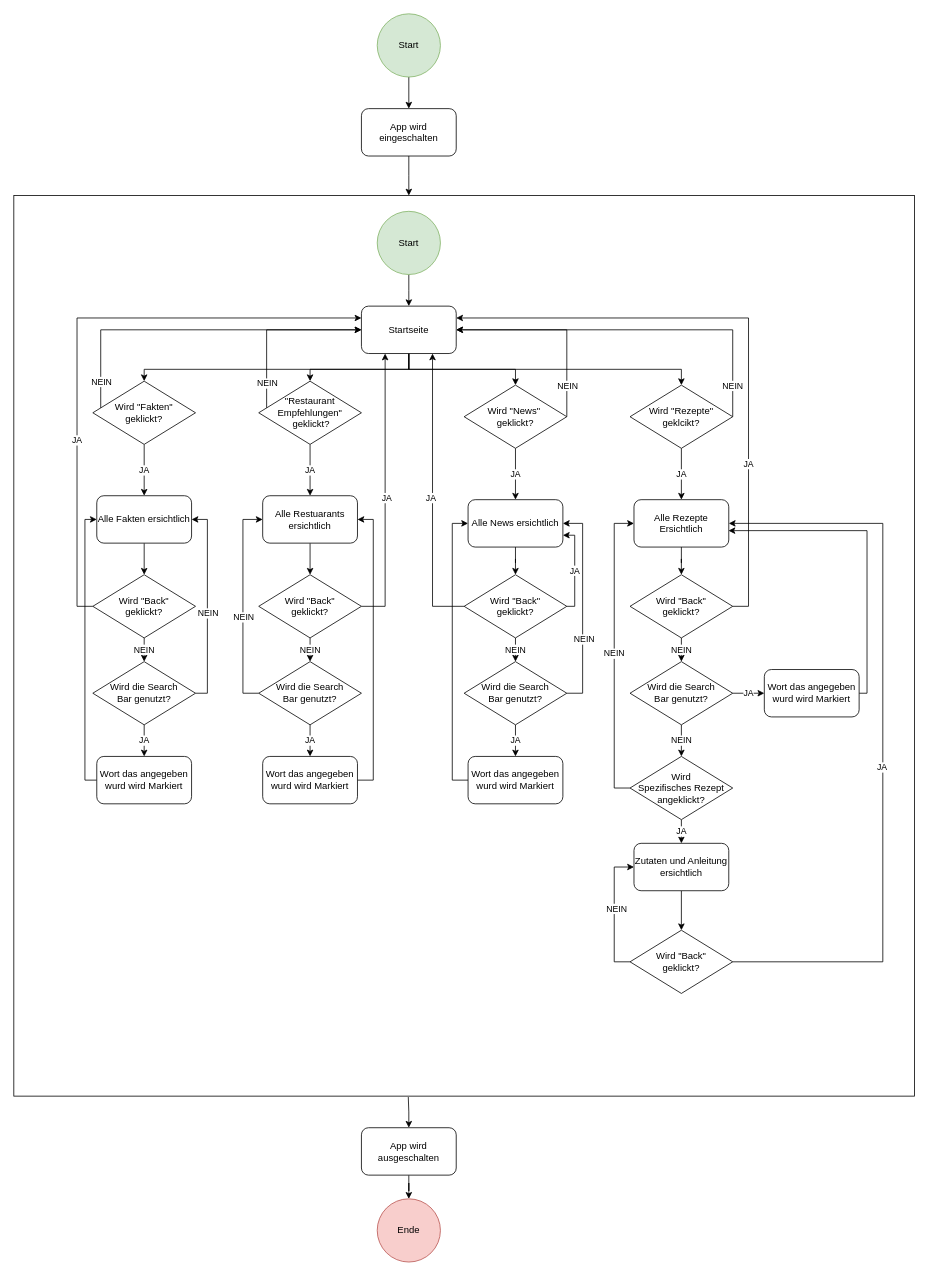
This is doc/Diagram/AblaufDiagram.drawio from eminaheinz/m335, a draw.io file, before an edit. Source tidied: cells renumbered, new cells numbered last; positions are measured from the earlier drawing's top-left corner, leaving out a move shared by most shapes. Both pictures are drawn from the tidied source at 79%, with x=0, y=0 at pixel (13, 13).
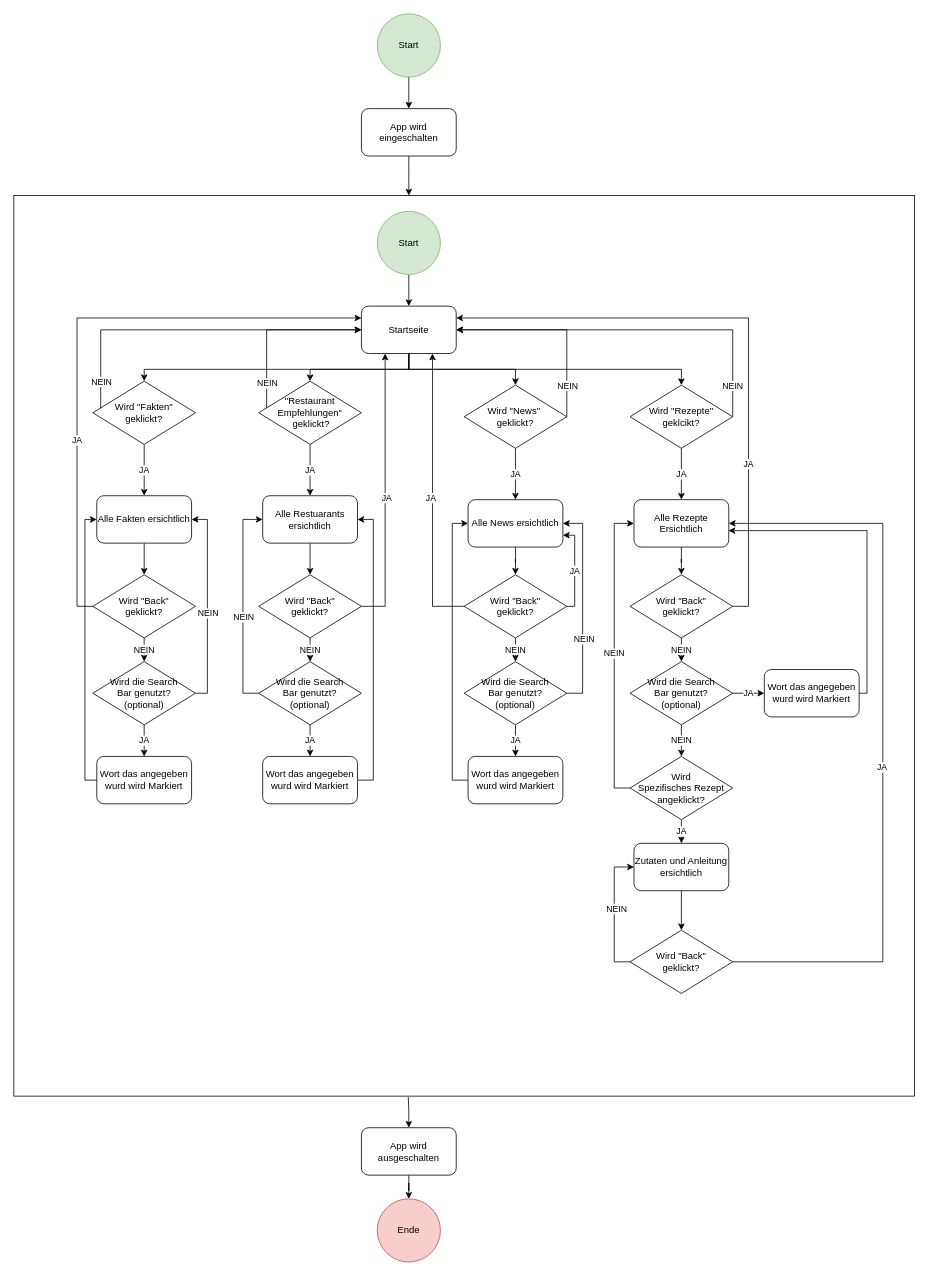
After the change.

The edit, as a diff of the source:
```diff
@@
-    <mxCell id="63" value="Wird die Search &lt;br&gt;Bar genutzt?" style="rhombus;whiteSpace=wrap;html=1;" parent="1" vertex="1">
+    <mxCell id="63" value="Wird die Search&lt;br&gt;Bar genutzt?&lt;br&gt;(optional)" style="rhombus;whiteSpace=wrap;html=1;" parent="1" vertex="1">
       <mxGeometry x="570" y="820" width="130" height="80" as="geometry" />
     </mxCell>
@@
-    <mxCell id="67" value="Wird die Search &lt;br&gt;Bar genutzt?" style="rhombus;whiteSpace=wrap;html=1;" parent="1" vertex="1">
+    <mxCell id="67" value="Wird die Search&lt;br&gt;Bar genutzt?&lt;br&gt;(optional)" style="rhombus;whiteSpace=wrap;html=1;" parent="1" vertex="1">
       <mxGeometry x="310" y="820" width="130" height="80" as="geometry" />
     </mxCell>
@@
-    <mxCell id="71" value="Wird die Search &lt;br&gt;Bar genutzt?" style="rhombus;whiteSpace=wrap;html=1;" parent="1" vertex="1">
+    <mxCell id="71" value="Wird die Search &lt;br&gt;Bar genutzt?&lt;br&gt;(optional)" style="rhombus;whiteSpace=wrap;html=1;" parent="1" vertex="1">
       <mxGeometry x="100" y="820" width="130" height="80" as="geometry" />
     </mxCell>
@@
-    <mxCell id="80" value="Wird die Search &lt;br&gt;Bar genutzt?" style="rhombus;whiteSpace=wrap;html=1;" parent="1" vertex="1">
+    <mxCell id="80" value="Wird die Search&lt;br&gt;Bar genutzt?&lt;br&gt;(optional)" style="rhombus;whiteSpace=wrap;html=1;" parent="1" vertex="1">
       <mxGeometry x="780" y="820" width="130" height="80" as="geometry" />
     </mxCell>
```
